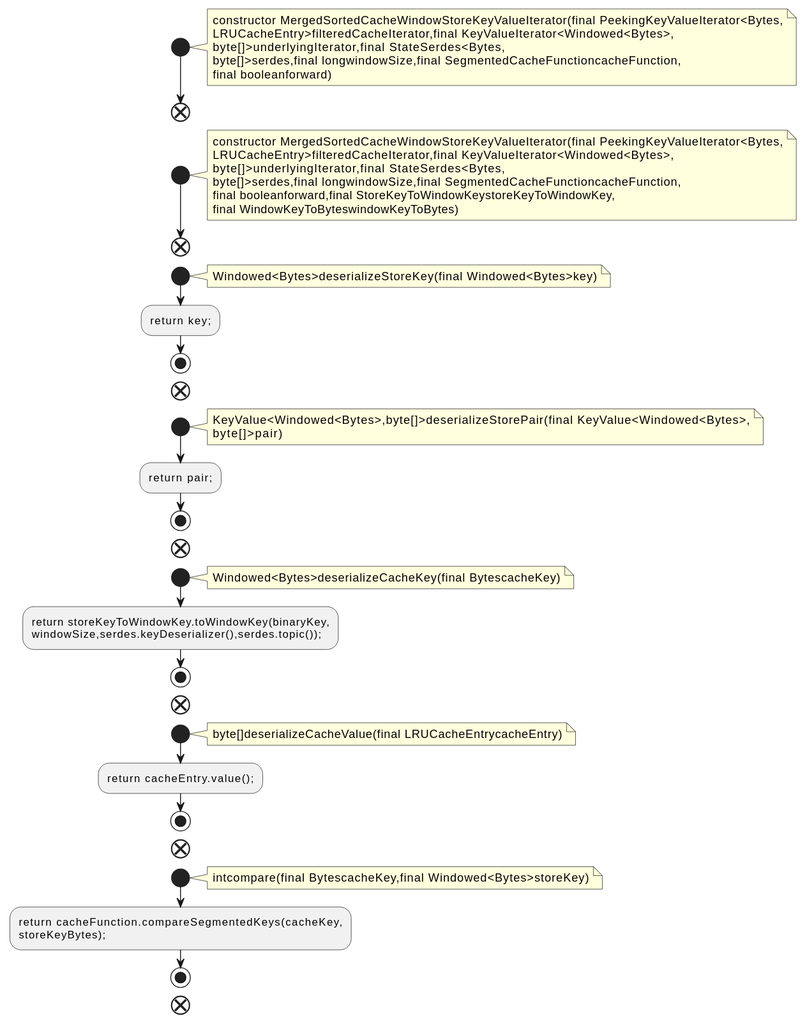
Before: docs/qc/streams/src/main/java/org/apache/kafka/streams/state/internals/MergedSortedCacheWindowStoreKeyValueIterator.java.fct.svg, a diagram exported from PlantUML (qualitesys/kafka).
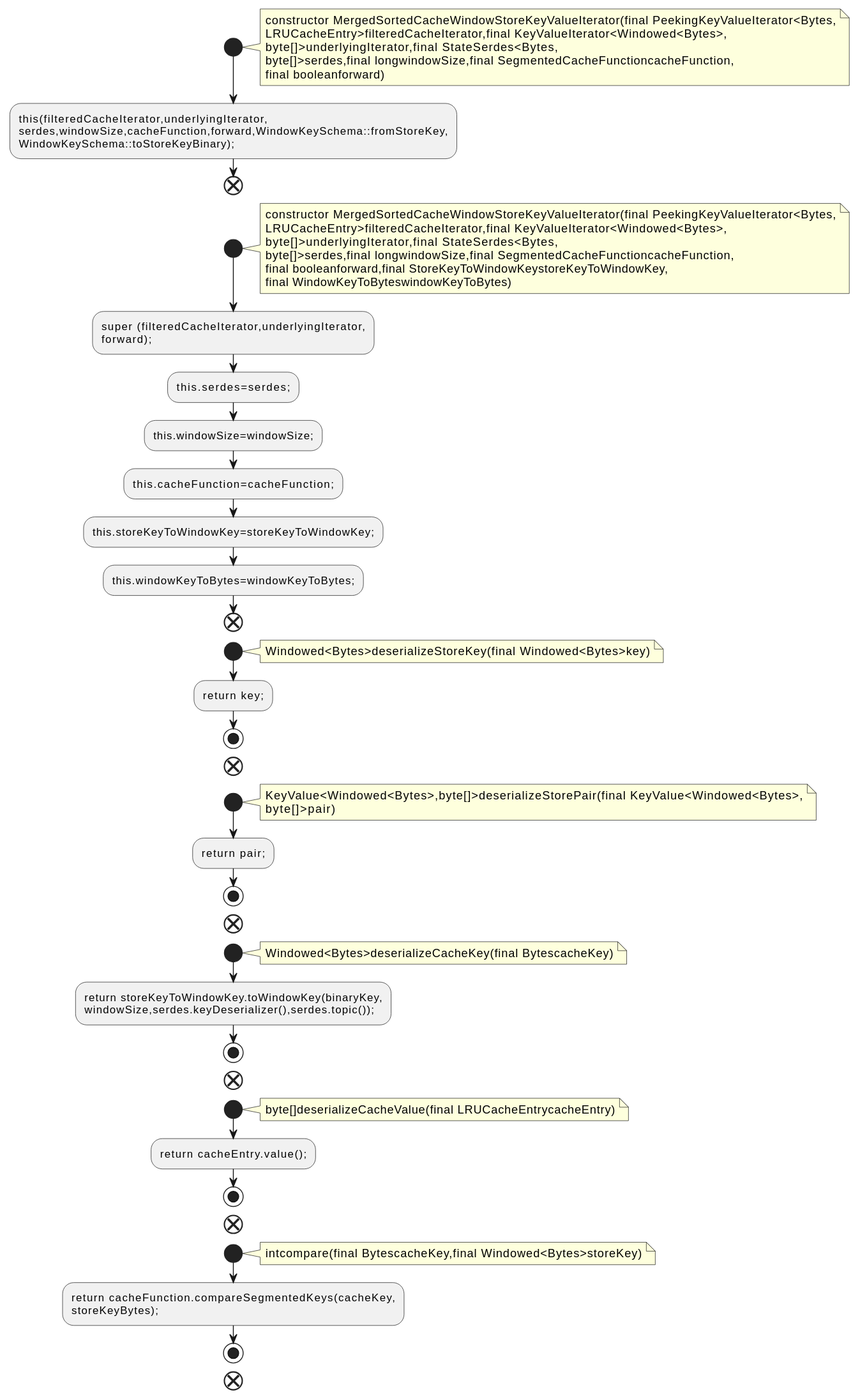
After the commit.

Diff of the diagram source:
```diff
@@ -8,6 +8,9 @@
 byte[]>serdes,final longwindowSize,final SegmentedCacheFunctioncacheFunction,
 final booleanforward)
 end note
+:this(filteredCacheIterator,underlyingIterator,
+serdes,windowSize,cacheFunction,forward,WindowKeySchema::fromStoreKey,
+WindowKeySchema::toStoreKeyBinary);;
 end
 start
 note right
@@ -18,6 +21,13 @@
 final booleanforward,final StoreKeyToWindowKeystoreKeyToWindowKey,
 final WindowKeyToByteswindowKeyToBytes)
 end note
+:super (filteredCacheIterator,underlyingIterator,
+forward);;
+:this.serdes=serdes;;
+:this.windowSize=windowSize;;
+:this.cacheFunction=cacheFunction;;
+:this.storeKeyToWindowKey=storeKeyToWindowKey;;
+:this.windowKeyToBytes=windowKeyToBytes;;
 end
 start
 note right
```
